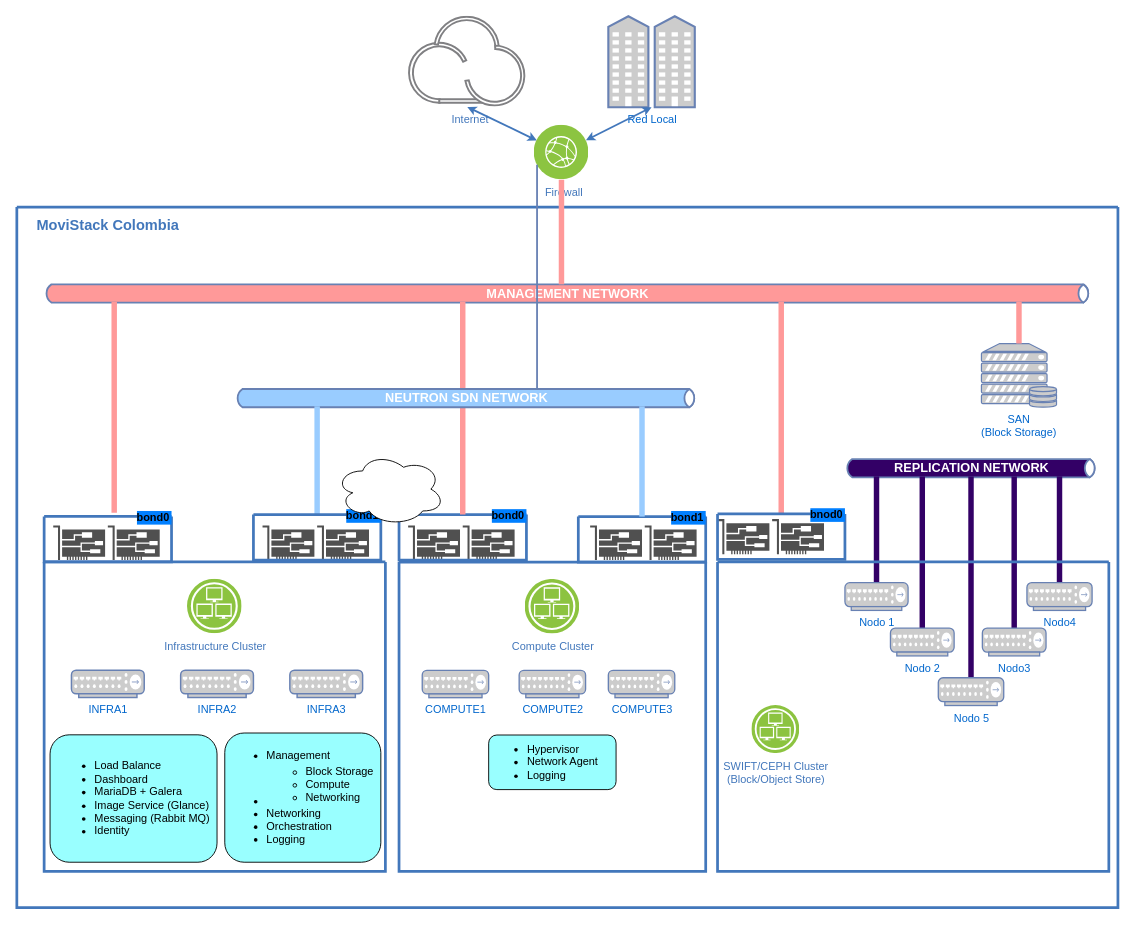
Before: MOVISTACK-OpenStack.drawio in Celera/postfix, a draw.io diagram. Source tidied: cells renumbered, new cells numbered last; positions are measured from the earlier drawing's top-left corner, leaving out a move shared by most shapes. Both pictures are drawn from the tidied source at 91%, with x=0, y=0 at pixel (16, 15).
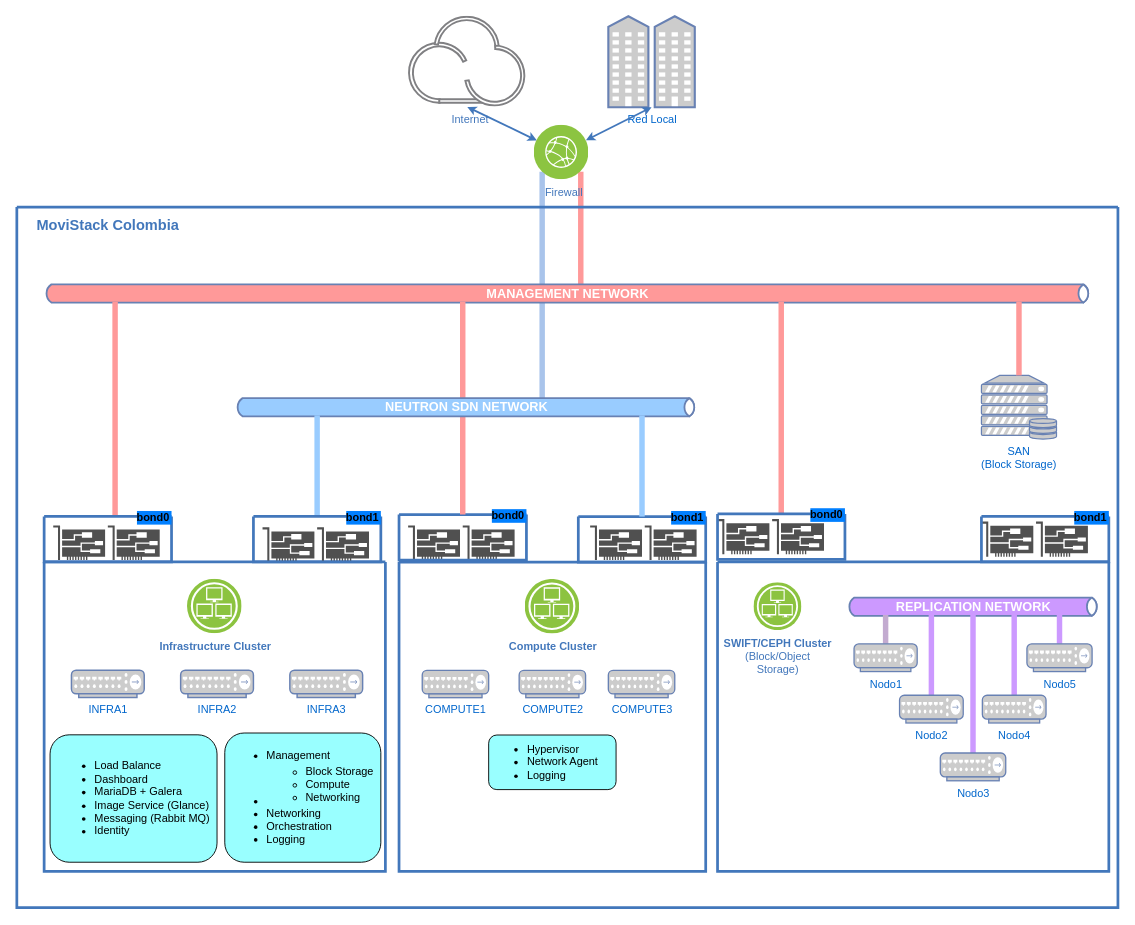
After the change.

Unchanged cells that the change refers to:
```xml
<mxCell id="2" value="d" style="swimlane;shadow=0;strokeColor=#4277BB;fillColor=#ffffff;fontColor=none;align=right;startSize=0;noLabel=1;strokeWidth=3;" parent="1" vertex="1">
  <mxGeometry y="210" width="1210" height="770" as="geometry" />
</mxCell>
<mxCell id="5" style="swimlane;shadow=0;labelBackgroundColor=#007FFF;strokeColor=#4277BB;fillColor=none;gradientColor=none;fontColor=#000000;align=right;startSize=0;strokeWidth=3;" parent="2" vertex="1">
  <mxGeometry x="30" y="390" width="375" height="340" as="geometry" />
</mxCell>
<mxCell id="13" style="swimlane;shadow=0;labelBackgroundColor=#007FFF;strokeColor=#4277BB;fillColor=none;gradientColor=none;fontColor=#000000;align=right;startSize=0;strokeWidth=3;" parent="12" vertex="1">
  <mxGeometry x="-10" y="60.2" width="337" height="339.8" as="geometry" />
</mxCell>
<mxCell id="30" value="&lt;font style=&quot;font-size: 14px&quot;&gt;&lt;b&gt;MANAGEMENT NETWORK&lt;/b&gt;&lt;/font&gt;" style="html=1;fillColor=#FF9999;strokeColor=#6881B3;gradientColor=none;gradientDirection=north;strokeWidth=2;shape=mxgraph.networks.bus;gradientColor=none;gradientDirection=north;fontColor=#ffffff;perimeter=backbonePerimeter;backboneSize=20;" parent="2" vertex="1">
  <mxGeometry x="30" y="60" width="1150" height="70" as="geometry" />
</mxCell>
<mxCell id="54" value="bond0" style="swimlane;shadow=0;labelBackgroundColor=#007FFF;strokeColor=#4277BB;fillColor=none;gradientColor=none;fontColor=#000000;align=right;startSize=0;strokeWidth=3;" parent="2" vertex="1">
  <mxGeometry x="30" y="340" width="140" height="50" as="geometry" />
</mxCell>
<mxCell id="56" style="group;" parent="2" vertex="1">
  <mxGeometry x="770" y="342.9" width="140" height="44.3" as="geometry" />
</mxCell>
<mxCell id="65" value="Firewall" style="perimeter=ellipsePerimeter;html=1;align=center;shadow=0;image;image=img/lib/ibm/infrastructure/edge_services.svg;labelBackgroundColor=none;strokeColor=none;strokeWidth=2;fillColor=#808080;gradientColor=none;fontSize=12;fontColor=#4277BB;rounded=0;verticalAlign=top;spacingLeft=5;" parent="1" vertex="1">
  <mxGeometry x="568.5" y="120" width="60" height="60" as="geometry" />
</mxCell>
```

Diff of the diagram source:
```diff
@@
+    <mxCell id="66" style="strokeColor=#FF9999;edgeStyle=none;rounded=0;endArrow=none;html=1;strokeWidth=6;exitX=1;exitY=1;exitDx=0;exitDy=0;" parent="1" edge="1" source="65" target="30">
+      <mxGeometry relative="1" as="geometry" />
+    </mxCell>
+    <mxCell id="67" style="strokeColor=#A9C4EB;edgeStyle=none;rounded=0;endArrow=none;html=1;strokeWidth=6;exitX=0;exitY=1;exitDx=0;exitDy=0;" parent="1" edge="1" source="65" target="34">
+      <mxGeometry relative="1" as="geometry" />
+    </mxCell>
@@
+    <mxCell id="68" style="group;" parent="2" vertex="1">
+      <mxGeometry x="1060" y="345.7" width="140" height="44.3" as="geometry" />
+    </mxCell>
+    <mxCell id="69" style="shadow=0;dashed=0;html=1;strokeColor=none;fillColor=#505050;labelPosition=center;verticalLabelPosition=bottom;verticalAlign=top;align=center;shape=mxgraph.office.devices.nic;" parent="68" vertex="1">
+      <mxGeometry width="57" height="38.6" as="geometry" />
+    </mxCell>
+    <mxCell id="70" value="bond1" style="swimlane;shadow=0;labelBackgroundColor=#007FFF;strokeColor=#4277BB;fillColor=none;gradientColor=none;fontColor=#000000;align=right;startSize=0;strokeWidth=3;" parent="68" vertex="1">
+      <mxGeometry y="-5.7" width="140" height="50" as="geometry" />
+    </mxCell>
+    <mxCell id="71" style="shadow=0;dashed=0;html=1;strokeColor=none;fillColor=#505050;labelPosition=center;verticalLabelPosition=bottom;verticalAlign=top;align=center;shape=mxgraph.office.devices.nic;" parent="68" vertex="1">
+      <mxGeometry x="60" width="57" height="38.6" as="geometry" />
+    </mxCell>
@@
-    <mxCell id="6" value="Infrastructure Cluster" style="perimeter=ellipsePerimeter;html=1;align=center;shadow=0;dashed=0;image;image=img/lib/ibm/infrastructure/infrastructure_services.svg;labelBackgroundColor=none;strokeColor=#4277BB;strokeWidth=2;fillColor=none;gradientColor=none;fontSize=12;fontColor=#4277BB;" parent="5" vertex="1">
+    <mxCell id="6" value="&lt;b&gt;Infrastructure Cluster&lt;/b&gt;" style="perimeter=ellipsePerimeter;html=1;align=center;shadow=0;dashed=0;image;image=img/lib/ibm/infrastructure/infrastructure_services.svg;labelBackgroundColor=none;strokeColor=#4277BB;strokeWidth=2;fillColor=none;gradientColor=none;fontSize=12;fontColor=#4277BB;" parent="5" vertex="1">
       <mxGeometry x="157.5" y="19" width="60" height="60" as="geometry" />
     </mxCell>
@@
-    <mxCell id="14" value="Compute Cluster" style="perimeter=ellipsePerimeter;html=1;align=center;shadow=0;dashed=0;image;image=img/lib/ibm/infrastructure/infrastructure_services.svg;labelBackgroundColor=none;strokeColor=#4277BB;strokeWidth=2;fillColor=none;gradientColor=none;fontSize=12;fontColor=#4277BB;" parent="13" vertex="1">
+    <mxCell id="14" value="&lt;b&gt;Compute Cluster&lt;/b&gt;" style="perimeter=ellipsePerimeter;html=1;align=center;shadow=0;dashed=0;image;image=img/lib/ibm/infrastructure/infrastructure_services.svg;labelBackgroundColor=none;strokeColor=#4277BB;strokeWidth=2;fillColor=none;gradientColor=none;fontSize=12;fontColor=#4277BB;" parent="13" vertex="1">
       <mxGeometry x="138.5" y="19" width="60" height="60" as="geometry" />
     </mxCell>
@@
-    <mxCell id="27" style="shadow=0;dashed=0;html=1;strokeColor=none;fillColor=#505050;labelPosition=center;verticalLabelPosition=bottom;verticalAlign=top;align=center;shape=mxgraph.office.devices.nic;" parent="2" vertex="1">
-      <mxGeometry x="270" y="350" width="57" height="38" as="geometry" />
-    </mxCell>
-    <mxCell id="28" style="shadow=0;dashed=0;html=1;strokeColor=none;fillColor=#505050;labelPosition=center;verticalLabelPosition=bottom;verticalAlign=top;align=center;shape=mxgraph.office.devices.nic;" parent="2" vertex="1">
-      <mxGeometry x="330" y="350" width="57" height="38" as="geometry" />
-    </mxCell>
     <mxCell id="29" value="&lt;div&gt;SAN &lt;br&gt;&lt;/div&gt;&lt;div&gt;(Block Storage)&lt;/div&gt;" style="fontColor=#0066CC;verticalAlign=top;verticalLabelPosition=bottom;labelPosition=center;align=center;html=1;outlineConnect=0;fillColor=#CCCCCC;strokeColor=#6881B3;gradientColor=none;gradientDirection=north;strokeWidth=2;shape=mxgraph.networks.server_storage;" parent="2" vertex="1">
-      <mxGeometry x="1060" y="150" width="82.5" height="70" as="geometry" />
+      <mxGeometry x="1060" y="185" width="82.5" height="70" as="geometry" />
     </mxCell>
@@
-    <mxCell id="31" style="strokeColor=#FF9999;edgeStyle=none;rounded=0;endArrow=none;html=1;strokeWidth=6;fillColor=#FFFFFF;exitX=0.55;exitY=-0.08;exitDx=0;exitDy=0;exitPerimeter=0;" parent="2" edge="1" source="54" target="30">
+    <mxCell id="31" style="strokeColor=#FF9999;edgeStyle=none;rounded=0;endArrow=none;html=1;strokeWidth=6;fillColor=#FFFFFF;exitX=0.557;exitY=0;exitDx=0;exitDy=0;exitPerimeter=0;" parent="2" edge="1" source="54" target="30">
       <mxGeometry relative="1" as="geometry" />
     </mxCell>
@@
     <mxCell id="34" value="&lt;b&gt;&lt;font style=&quot;font-size: 14px&quot;&gt;NEUTRON SDN NETWORK&lt;/font&gt;&lt;/b&gt;" style="html=1;fillColor=#99CCFF;strokeColor=#6881B3;gradientColor=none;gradientDirection=north;strokeWidth=2;shape=mxgraph.networks.bus;gradientColor=none;gradientDirection=north;fontColor=#ffffff;perimeter=backbonePerimeter;backboneSize=20;" parent="2" vertex="1">
-      <mxGeometry x="240" y="200" width="507" height="20" as="geometry" />
+      <mxGeometry x="240" y="210" width="507" height="20" as="geometry" />
     </mxCell>
@@
+    <mxCell id="44" style="swimlane;shadow=0;labelBackgroundColor=#007FFF;strokeColor=#4277BB;fillColor=none;gradientColor=none;fontColor=#000000;align=right;startSize=0;strokeWidth=3;" parent="2" vertex="1">
+      <mxGeometry x="770" y="390" width="430" height="340" as="geometry" />
+    </mxCell>
+    <mxCell id="48" value="&lt;div&gt;&lt;b&gt;SWIFT/CEPH Cluster&lt;/b&gt;&lt;/div&gt;&lt;div&gt;(Block/Object &lt;br&gt;Storage)&lt;br&gt;&lt;/div&gt;" style="perimeter=ellipsePerimeter;html=1;align=center;shadow=0;dashed=0;image;image=img/lib/ibm/infrastructure/infrastructure_services.svg;labelBackgroundColor=none;strokeColor=#4277BB;strokeWidth=2;fillColor=none;gradientColor=none;fontSize=12;fontColor=#4277BB;" parent="44" vertex="1">
+      <mxGeometry x="40" y="22.8" width="52.7" height="52.7" as="geometry" />
+    </mxCell>
-    <mxCell id="38" value="&lt;b&gt;&lt;font style=&quot;font-size: 14px&quot;&gt;REPLICATION NETWORK&lt;/font&gt;&lt;/b&gt;" style="html=1;fillColor=#330066;strokeColor=#6881B3;gradientColor=none;gradientDirection=north;strokeWidth=2;shape=mxgraph.networks.bus;gradientColor=none;gradientDirection=north;fontColor=#ffffff;perimeter=backbonePerimeter;backboneSize=20;" parent="2" vertex="1">
-      <mxGeometry x="910" y="230" width="277" height="114" as="geometry" />
+    <mxCell id="38" value="&lt;b&gt;&lt;font style=&quot;font-size: 14px&quot;&gt;REPLICATION NETWORK&lt;/font&gt;&lt;/b&gt;" style="html=1;fillColor=#CC99FF;strokeColor=#6881B3;gradientColor=none;gradientDirection=north;strokeWidth=2;shape=mxgraph.networks.bus;gradientColor=none;gradientDirection=north;fontColor=#ffffff;perimeter=backbonePerimeter;backboneSize=20;" parent="44" vertex="1">
+      <mxGeometry x="142.3" y="-7.8" width="277" height="114" as="geometry" />
     </mxCell>
-    <mxCell id="39" style="strokeColor=#330066;edgeStyle=none;rounded=0;endArrow=none;html=1;strokeWidth=6;fillColor=#FFFFFF;" parent="2" edge="1" source="45" target="38">
+    <mxCell id="39" style="strokeColor=#C3ABD0;edgeStyle=none;rounded=0;endArrow=none;html=1;strokeWidth=6;fillColor=#CC99FF;" parent="44" edge="1" source="45" target="38">
       <mxGeometry relative="1" as="geometry" />
     </mxCell>
-    <mxCell id="40" style="strokeColor=#330066;edgeStyle=none;rounded=0;endArrow=none;html=1;strokeWidth=6;fillColor=#FFFFFF;exitX=0.5;exitY=0;exitDx=0;exitDy=0;exitPerimeter=0;" parent="2" edge="1" source="46" target="38">
+    <mxCell id="40" style="strokeColor=#CC99FF;edgeStyle=none;rounded=0;endArrow=none;html=1;strokeWidth=6;fillColor=#FFFFFF;" parent="44" edge="1" source="46" target="38">
       <mxGeometry relative="1" as="geometry" />
     </mxCell>
-    <mxCell id="41" style="strokeColor=#330066;edgeStyle=none;rounded=0;endArrow=none;html=1;strokeWidth=6;fillColor=#FFFFFF;" parent="2" edge="1" source="47" target="38">
+    <mxCell id="41" style="strokeColor=#CC99FF;edgeStyle=none;rounded=0;endArrow=none;html=1;strokeWidth=6;fillColor=#FFFFFF;" parent="44" edge="1" source="47" target="38">
       <mxGeometry relative="1" as="geometry" />
     </mxCell>
+    <mxCell id="43" style="strokeColor=#CC99FF;edgeStyle=none;rounded=0;endArrow=none;html=1;strokeWidth=6;fillColor=#FFFFFF;exitX=0.5;exitY=0;exitDx=0;exitDy=0;exitPerimeter=0;" parent="44" edge="1" source="49" target="38">
+      <mxGeometry relative="1" as="geometry" />
+    </mxCell>
-    <mxCell id="42" style="strokeColor=#330066;edgeStyle=none;rounded=0;endArrow=none;html=1;strokeWidth=6;fillColor=#FFFFFF;exitX=0.5;exitY=0;exitDx=0;exitDy=0;exitPerimeter=0;" parent="2" edge="1" source="50" target="38">
+    <mxCell id="42" style="strokeColor=#CC99FF;edgeStyle=none;rounded=0;endArrow=none;html=1;strokeWidth=6;fillColor=#FFFFFF;exitX=0.5;exitY=0;exitDx=0;exitDy=0;exitPerimeter=0;" parent="44" edge="1" source="50" target="38">
       <mxGeometry relative="1" as="geometry" />
     </mxCell>
-    <mxCell id="43" style="strokeColor=#330066;edgeStyle=none;rounded=0;endArrow=none;html=1;strokeWidth=6;fillColor=#FFFFFF;exitX=0.5;exitY=0;exitDx=0;exitDy=0;exitPerimeter=0;" parent="2" edge="1" source="49" target="38">
-      <mxGeometry relative="1" as="geometry" />
-    </mxCell>
-    <mxCell id="44" style="swimlane;shadow=0;labelBackgroundColor=#007FFF;strokeColor=#4277BB;fillColor=none;gradientColor=none;fontColor=#000000;align=right;startSize=0;strokeWidth=3;" parent="2" vertex="1">
-      <mxGeometry x="770" y="390" width="430" height="340" as="geometry" />
-    </mxCell>
-    <mxCell id="45" value="Nodo 1" style="fontColor=#0066CC;verticalAlign=top;verticalLabelPosition=bottom;labelPosition=center;align=center;html=1;outlineConnect=0;fillColor=#CCCCCC;strokeColor=#6881B3;gradientColor=none;gradientDirection=north;strokeWidth=2;shape=mxgraph.networks.hub;" parent="44" vertex="1">
-      <mxGeometry x="140" y="22.8" width="69.4" height="30.5" as="geometry" />
+    <mxCell id="45" value="Nodo1" style="fontColor=#0066CC;verticalAlign=top;verticalLabelPosition=bottom;labelPosition=center;align=center;html=1;outlineConnect=0;fillColor=#CCCCCC;strokeColor=#6881B3;gradientColor=none;gradientDirection=north;strokeWidth=2;shape=mxgraph.networks.hub;" parent="44" vertex="1">
+      <mxGeometry x="150" y="90" width="69.4" height="30.5" as="geometry" />
     </mxCell>
-    <mxCell id="46" value="&lt;div&gt;Nodo 2&lt;/div&gt;&lt;div&gt;&lt;br&gt;&lt;/div&gt;" style="fontColor=#0066CC;verticalAlign=top;verticalLabelPosition=bottom;labelPosition=center;align=center;html=1;outlineConnect=0;fillColor=#CCCCCC;strokeColor=#6881B3;gradientColor=none;gradientDirection=north;strokeWidth=2;shape=mxgraph.networks.hub;" parent="44" vertex="1">
-      <mxGeometry x="190" y="72.8" width="70" height="30.5" as="geometry" />
+    <mxCell id="46" value="&lt;div&gt;Nodo2&lt;/div&gt;&lt;div&gt;&lt;br&gt;&lt;/div&gt;" style="fontColor=#0066CC;verticalAlign=top;verticalLabelPosition=bottom;labelPosition=center;align=center;html=1;outlineConnect=0;fillColor=#CCCCCC;strokeColor=#6881B3;gradientColor=none;gradientDirection=north;strokeWidth=2;shape=mxgraph.networks.hub;" parent="44" vertex="1">
+      <mxGeometry x="200" y="146.5" width="70" height="30.5" as="geometry" />
     </mxCell>
-    <mxCell id="47" value="Nodo 5" style="fontColor=#0066CC;verticalAlign=top;verticalLabelPosition=bottom;labelPosition=center;align=center;html=1;outlineConnect=0;fillColor=#CCCCCC;strokeColor=#6881B3;gradientColor=none;gradientDirection=north;strokeWidth=2;shape=mxgraph.networks.hub;" parent="44" vertex="1">
-      <mxGeometry x="242.6" y="127.3" width="71.9" height="30.5" as="geometry" />
+    <mxCell id="47" value="Nodo3" style="fontColor=#0066CC;verticalAlign=top;verticalLabelPosition=bottom;labelPosition=center;align=center;html=1;outlineConnect=0;fillColor=#CCCCCC;strokeColor=#6881B3;gradientColor=none;gradientDirection=north;strokeWidth=2;shape=mxgraph.networks.hub;" parent="44" vertex="1">
+      <mxGeometry x="244.8" y="210" width="71.9" height="30.5" as="geometry" />
     </mxCell>
-    <mxCell id="48" value="&lt;div&gt;SWIFT/CEPH Cluster&lt;/div&gt;&lt;div&gt;(Block/Object Store)&lt;br&gt;&lt;/div&gt;" style="perimeter=ellipsePerimeter;html=1;align=center;shadow=0;dashed=0;image;image=img/lib/ibm/infrastructure/infrastructure_services.svg;labelBackgroundColor=none;strokeColor=#4277BB;strokeWidth=2;fillColor=none;gradientColor=none;fontSize=12;fontColor=#4277BB;" parent="44" vertex="1">
-      <mxGeometry x="37.7" y="157.8" width="52.7" height="52.7" as="geometry" />
-    </mxCell>
-    <mxCell id="49" value="Nodo3" style="fontColor=#0066CC;verticalAlign=top;verticalLabelPosition=bottom;labelPosition=center;align=center;html=1;outlineConnect=0;fillColor=#CCCCCC;strokeColor=#6881B3;gradientColor=none;gradientDirection=north;strokeWidth=2;shape=mxgraph.networks.hub;" parent="44" vertex="1">
-      <mxGeometry x="291" y="72.8" width="70" height="30.5" as="geometry" />
+    <mxCell id="49" value="Nodo4" style="fontColor=#0066CC;verticalAlign=top;verticalLabelPosition=bottom;labelPosition=center;align=center;html=1;outlineConnect=0;fillColor=#CCCCCC;strokeColor=#6881B3;gradientColor=none;gradientDirection=north;strokeWidth=2;shape=mxgraph.networks.hub;" parent="44" vertex="1">
+      <mxGeometry x="291" y="146.5" width="70" height="30.5" as="geometry" />
     </mxCell>
-    <mxCell id="50" value="Nodo4" style="fontColor=#0066CC;verticalAlign=top;verticalLabelPosition=bottom;labelPosition=center;align=center;html=1;outlineConnect=0;fillColor=#CCCCCC;strokeColor=#6881B3;gradientColor=none;gradientDirection=north;strokeWidth=2;shape=mxgraph.networks.hub;" parent="44" vertex="1">
-      <mxGeometry x="340" y="22.8" width="71.6" height="30.5" as="geometry" />
+    <mxCell id="50" value="Nodo5" style="fontColor=#0066CC;verticalAlign=top;verticalLabelPosition=bottom;labelPosition=center;align=center;html=1;outlineConnect=0;fillColor=#CCCCCC;strokeColor=#6881B3;gradientColor=none;gradientDirection=north;strokeWidth=2;shape=mxgraph.networks.hub;" parent="44" vertex="1">
+      <mxGeometry x="340" y="90" width="71.6" height="30.5" as="geometry" />
     </mxCell>
@@
-    <mxCell id="55" value="bond1" style="swimlane;shadow=0;labelBackgroundColor=#007FFF;strokeColor=#4277BB;fillColor=none;gradientColor=none;fontColor=#000000;align=right;startSize=0;strokeWidth=3;" parent="2" vertex="1">
-      <mxGeometry x="260" y="338" width="140" height="50" as="geometry" />
-    </mxCell>
@@
-    <mxCell id="59" value="bnod0" style="swimlane;shadow=0;labelBackgroundColor=#007FFF;strokeColor=#4277BB;fillColor=none;gradientColor=none;fontColor=#000000;align=right;startSize=0;strokeWidth=3;" parent="56" vertex="1">
+    <mxCell id="59" value="bond0" style="swimlane;shadow=0;labelBackgroundColor=#007FFF;strokeColor=#4277BB;fillColor=none;gradientColor=none;fontColor=#000000;align=right;startSize=0;strokeWidth=3;" parent="56" vertex="1">
       <mxGeometry y="-5.7" width="140" height="50" as="geometry" />
     </mxCell>
+    <mxCell id="72" style="group;" parent="2" vertex="1">
+      <mxGeometry x="260" y="340" width="140" height="50" as="geometry" />
+    </mxCell>
+    <mxCell id="27" style="shadow=0;dashed=0;html=1;strokeColor=none;fillColor=#505050;labelPosition=center;verticalLabelPosition=bottom;verticalAlign=top;align=center;shape=mxgraph.office.devices.nic;" parent="72" vertex="1">
+      <mxGeometry x="10" y="12" width="57" height="38" as="geometry" />
+    </mxCell>
+    <mxCell id="28" style="shadow=0;dashed=0;html=1;strokeColor=none;fillColor=#505050;labelPosition=center;verticalLabelPosition=bottom;verticalAlign=top;align=center;shape=mxgraph.office.devices.nic;" parent="72" vertex="1">
+      <mxGeometry x="70" y="12" width="57" height="38" as="geometry" />
+    </mxCell>
+    <mxCell id="55" value="bond1" style="swimlane;shadow=0;labelBackgroundColor=#007FFF;strokeColor=#4277BB;fillColor=none;gradientColor=none;fontColor=#000000;align=right;startSize=0;strokeWidth=3;" parent="72" vertex="1">
+      <mxGeometry width="140" height="50" as="geometry" />
+    </mxCell>
@@
-    <mxCell id="64" style="ellipse;shape=cloud;whiteSpace=wrap;html=1;" parent="1" vertex="1">
-      <mxGeometry x="350" y="480" width="120" height="80" as="geometry" />
-    </mxCell>
@@
-    <mxCell id="66" style="strokeColor=#FF9999;edgeStyle=none;rounded=0;endArrow=none;html=1;strokeWidth=6;exitX=0.5;exitY=1;exitDx=0;exitDy=0;" parent="1" edge="1" source="65" target="30">
-      <mxGeometry relative="1" as="geometry" />
-    </mxCell>
-    <mxCell id="67" style="strokeColor=#6881B3;edgeStyle=none;rounded=0;endArrow=none;html=1;strokeWidth=2;exitX=0;exitY=0.75;exitDx=0;exitDy=0;" parent="1" edge="1" source="65" target="34">
-      <mxGeometry relative="1" as="geometry" />
-    </mxCell>
```
